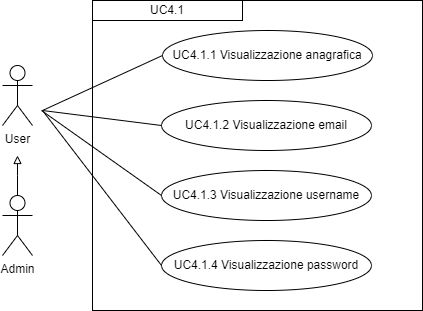
Earlier version of the draw.io export imgs/Uml/UC4.1app.png (ShameIRL/farmacode). Source tidied: cells renumbered, new cells last; positions are measured from the earlier drawing's top-left corner, leaving out a move shared by most shapes. Its diagram source:
```xml
<mxGraphModel>
  <root>
    <mxCell id="0" />
    <mxCell id="1" parent="0" />
    <mxCell id="2" style="edgeStyle=orthogonalEdgeStyle;rounded=0;jettySize=auto;html=1;strokeColor=#000000;endArrow=block;endFill=0;" parent="1" edge="1" source="3">
      <mxGeometry relative="1" as="geometry">
        <mxPoint x="15" y="155" as="targetPoint" />
        <Array as="points">
          <mxPoint x="15" y="175" />
          <mxPoint x="15" y="175" />
        </Array>
      </mxGeometry>
    </mxCell>
    <mxCell id="3" value="Admin" style="shape=umlActor;verticalLabelPosition=bottom;verticalAlign=top;html=1;outlineConnect=0;" parent="1" vertex="1">
      <mxGeometry y="195" width="30" height="60" as="geometry" />
    </mxCell>
    <mxCell id="4" value="User" style="shape=umlActor;verticalLabelPosition=bottom;verticalAlign=top;html=1;" parent="1" vertex="1">
      <mxGeometry y="65" width="30" height="60" as="geometry" />
    </mxCell>
    <mxCell id="5" style="rounded=0;whiteSpace=wrap;html=1;fillColor=none;" parent="1" vertex="1">
      <mxGeometry x="90" width="330" height="310" as="geometry" />
    </mxCell>
    <mxCell id="6" value="&lt;div style=&quot;&quot;&gt;UC4.1&lt;/div&gt;" style="rounded=0;whiteSpace=wrap;html=1;fillColor=none;align=center;" parent="1" vertex="1">
      <mxGeometry x="90" width="150" height="20" as="geometry" />
    </mxCell>
    <mxCell id="7" value="UC4.1.1 Visualizzazione anagrafica" style="ellipse;whiteSpace=wrap;html=1;" parent="1" vertex="1">
      <mxGeometry x="160" y="30" width="210" height="50" as="geometry" />
    </mxCell>
    <mxCell id="8" style="endArrow=none;html=1;rounded=0;entryX=0;entryY=0.5;entryDx=0;entryDy=0;" parent="1" edge="1" target="7">
      <mxGeometry relative="1" as="geometry">
        <mxPoint x="40" y="110" as="sourcePoint" />
      </mxGeometry>
    </mxCell>
    <mxCell id="9" value="UC4.1.2 Visualizzazione email" style="ellipse;whiteSpace=wrap;html=1;" parent="1" vertex="1">
      <mxGeometry x="159" y="100" width="210" height="50" as="geometry" />
    </mxCell>
    <mxCell id="10" style="endArrow=none;html=1;rounded=0;entryX=0;entryY=0.5;entryDx=0;entryDy=0;" parent="1" edge="1" target="9">
      <mxGeometry relative="1" as="geometry">
        <mxPoint x="40" y="110" as="sourcePoint" />
      </mxGeometry>
    </mxCell>
    <mxCell id="11" value="UC4.1.3 Visualizzazione username" style="ellipse;whiteSpace=wrap;html=1;" parent="1" vertex="1">
      <mxGeometry x="159" y="170" width="210" height="50" as="geometry" />
    </mxCell>
    <mxCell id="12" style="endArrow=none;html=1;rounded=0;entryX=0;entryY=0.5;entryDx=0;entryDy=0;" parent="1" edge="1" target="11">
      <mxGeometry relative="1" as="geometry">
        <mxPoint x="39" y="110" as="sourcePoint" />
      </mxGeometry>
    </mxCell>
    <mxCell id="13" value="UC4.1.4 Visualizzazione password" style="ellipse;whiteSpace=wrap;html=1;" parent="1" vertex="1">
      <mxGeometry x="159" y="240" width="210" height="50" as="geometry" />
    </mxCell>
    <mxCell id="14" style="endArrow=none;html=1;rounded=0;entryX=0;entryY=0.5;entryDx=0;entryDy=0;" parent="1" edge="1" target="13">
      <mxGeometry relative="1" as="geometry">
        <mxPoint x="40" y="110" as="sourcePoint" />
      </mxGeometry>
    </mxCell>
  </root>
</mxGraphModel>
```
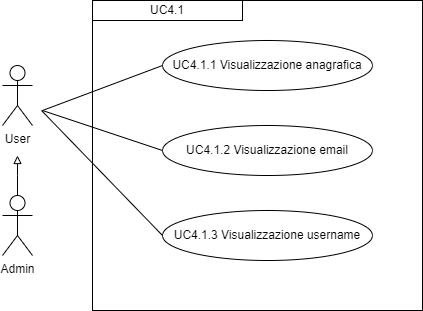
The same diagram one commit later.

The edit, as a diff of the source:
```diff
@@ -24,7 +24,7 @@
       <mxGeometry x="90" width="150" height="20" as="geometry" />
     </mxCell>
     <mxCell id="7" value="UC4.1.1 Visualizzazione anagrafica" style="ellipse;whiteSpace=wrap;html=1;" parent="1" vertex="1">
-      <mxGeometry x="160" y="30" width="210" height="50" as="geometry" />
+      <mxGeometry x="160" y="40" width="210" height="50" as="geometry" />
     </mxCell>
     <mxCell id="8" style="endArrow=none;html=1;rounded=0;entryX=0;entryY=0.5;entryDx=0;entryDy=0;" parent="1" edge="1" target="7">
       <mxGeometry relative="1" as="geometry">
@@ -32,7 +32,7 @@
       </mxGeometry>
     </mxCell>
     <mxCell id="9" value="UC4.1.2 Visualizzazione email" style="ellipse;whiteSpace=wrap;html=1;" parent="1" vertex="1">
-      <mxGeometry x="159" y="100" width="210" height="50" as="geometry" />
+      <mxGeometry x="160" y="125" width="210" height="50" as="geometry" />
     </mxCell>
     <mxCell id="10" style="endArrow=none;html=1;rounded=0;entryX=0;entryY=0.5;entryDx=0;entryDy=0;" parent="1" edge="1" target="9">
       <mxGeometry relative="1" as="geometry">
@@ -40,20 +40,12 @@
       </mxGeometry>
     </mxCell>
     <mxCell id="11" value="UC4.1.3 Visualizzazione username" style="ellipse;whiteSpace=wrap;html=1;" parent="1" vertex="1">
-      <mxGeometry x="159" y="170" width="210" height="50" as="geometry" />
+      <mxGeometry x="160" y="210" width="210" height="50" as="geometry" />
     </mxCell>
     <mxCell id="12" style="endArrow=none;html=1;rounded=0;entryX=0;entryY=0.5;entryDx=0;entryDy=0;" parent="1" edge="1" target="11">
       <mxGeometry relative="1" as="geometry">
         <mxPoint x="39" y="110" as="sourcePoint" />
       </mxGeometry>
     </mxCell>
-    <mxCell id="13" value="UC4.1.4 Visualizzazione password" style="ellipse;whiteSpace=wrap;html=1;" parent="1" vertex="1">
-      <mxGeometry x="159" y="240" width="210" height="50" as="geometry" />
-    </mxCell>
-    <mxCell id="14" style="endArrow=none;html=1;rounded=0;entryX=0;entryY=0.5;entryDx=0;entryDy=0;" parent="1" edge="1" target="13">
-      <mxGeometry relative="1" as="geometry">
-        <mxPoint x="40" y="110" as="sourcePoint" />
-      </mxGeometry>
-    </mxCell>
   </root>
 </mxGraphModel>
```
